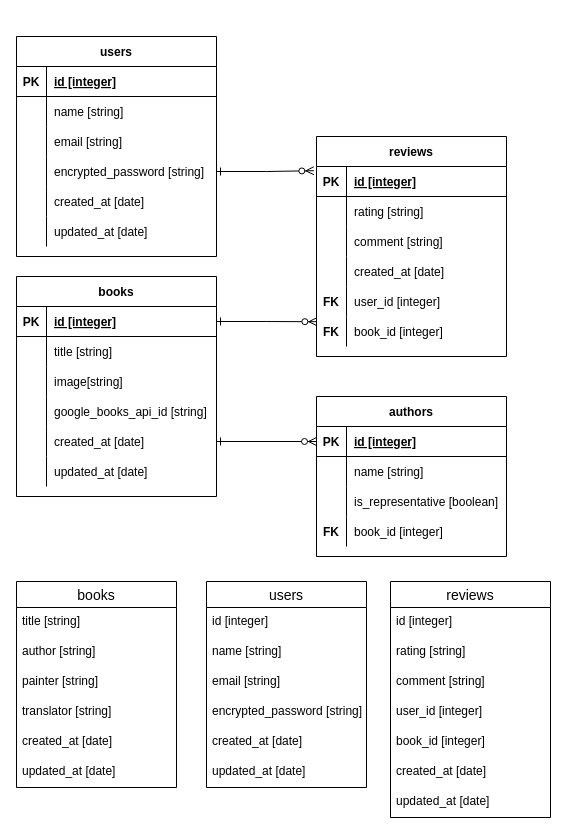
The draw.io diagram ER.dio in pekojoe/yondayo-2, before the edit. Source tidied: cells renumbered, new cells numbered last; positions are measured from the earlier drawing's top-left corner, leaving out a move shared by most shapes. Both pictures are drawn from the tidied source at 100%, with x=0, y=0 at pixel (16, 36).
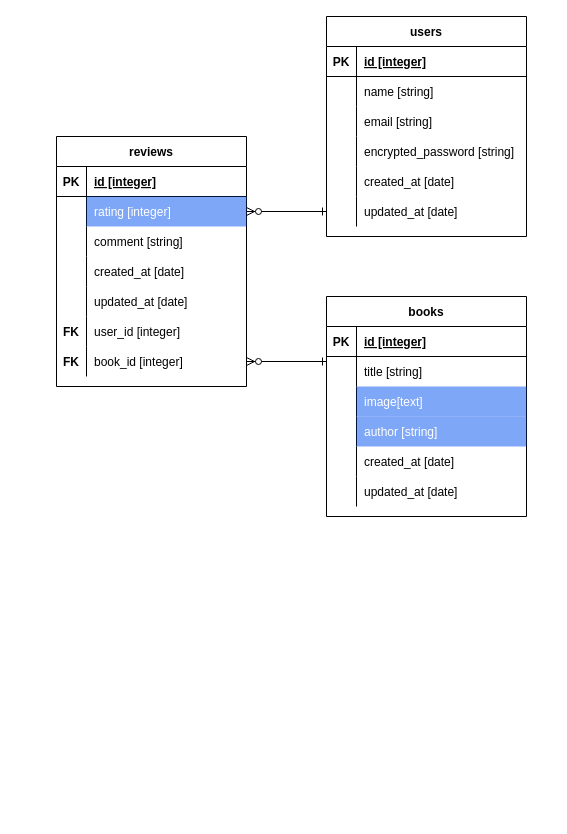
After the change.

Unchanged cells that the change refers to:
```xml
<mxCell id="25" style="shape=partialRectangle;fillColor=none;top=0;left=0;bottom=1;right=0;points=[[0,0.5],[1,0.5]];portConstraint=eastwest;" parent="24" vertex="1">
  <mxGeometry y="30" width="200" height="30" as="geometry" />
</mxCell>
<mxCell id="28" style="shape=partialRectangle;fillColor=none;top=0;left=0;bottom=0;right=0;points=[[0,0.5],[1,0.5]];portConstraint=eastwest;" parent="24" vertex="1">
  <mxGeometry y="60" width="200" height="30" as="geometry" />
</mxCell>
<mxCell id="31" style="shape=partialRectangle;fillColor=none;top=0;left=0;bottom=0;right=0;" parent="24" vertex="1">
  <mxGeometry y="90" width="200" height="30" as="geometry" />
</mxCell>
<mxCell id="34" style="shape=partialRectangle;fillColor=none;top=0;left=0;bottom=0;right=0;" parent="24" vertex="1">
  <mxGeometry y="120" width="200" height="30" as="geometry" />
</mxCell>
<mxCell id="37" style="shape=partialRectangle;fillColor=none;top=0;left=0;bottom=0;right=0;points=[[0,0.5],[1,0.5]];portConstraint=eastwest;" parent="24" vertex="1">
  <mxGeometry y="150" width="200" height="30" as="geometry" />
</mxCell>
<mxCell id="40" style="shape=partialRectangle;fillColor=none;top=0;left=0;bottom=0;right=0;" parent="24" vertex="1">
  <mxGeometry y="180" width="200" height="30" as="geometry" />
</mxCell>
<mxCell id="53" style="shape=partialRectangle;fillColor=none;top=0;left=0;bottom=0;right=0;points=[[0,0.5],[1,0.5]];portConstraint=eastwest;" parent="43" vertex="1">
  <mxGeometry y="120" width="200" height="30" as="geometry" />
</mxCell>
<mxCell id="59" style="shape=partialRectangle;fillColor=none;top=0;left=0;bottom=0;right=0;points=[[0,0.5],[1,0.5]];portConstraint=eastwest;" parent="43" vertex="1">
  <mxGeometry y="180" width="200" height="30" as="geometry" />
</mxCell>
<mxCell id="63" style="shape=partialRectangle;fillColor=none;top=0;left=0;bottom=1;right=0;points=[[0,0.5],[1,0.5]];portConstraint=eastwest;" parent="62" vertex="1">
  <mxGeometry y="30" width="190" height="30" as="geometry" />
</mxCell>
<mxCell id="66" style="shape=partialRectangle;fillColor=none;top=0;left=0;bottom=0;right=0;points=[[0,0.5],[1,0.5]];portConstraint=eastwest;" parent="62" vertex="1">
  <mxGeometry y="60" width="190" height="30" as="geometry" />
</mxCell>
```

The edit, as a diff of the source:
```diff
@@
-    <mxCell id="2" value="users" style="swimlane;fontStyle=0;horizontal=1;startSize=26;align=center;fontSize=14;" parent="1" vertex="1">
-      <mxGeometry x="190" y="545" width="160" height="206" as="geometry" />
-    </mxCell>
-    <mxCell id="3" value="id [integer]" style="text;strokeColor=none;fillColor=none;spacingLeft=4;spacingRight=4;overflow=hidden;fontSize=12;" parent="2" vertex="1">
-      <mxGeometry y="26" width="160" height="30" as="geometry" />
-    </mxCell>
-    <mxCell id="4" value="name [string]" style="text;strokeColor=none;fillColor=none;spacingLeft=4;spacingRight=4;overflow=hidden;fontSize=12;" parent="2" vertex="1">
-      <mxGeometry y="56" width="160" height="30" as="geometry" />
-    </mxCell>
-    <mxCell id="5" value="email [string]" style="text;strokeColor=none;fillColor=none;spacingLeft=4;spacingRight=4;overflow=hidden;fontSize=12;" parent="2" vertex="1">
-      <mxGeometry y="86" width="160" height="30" as="geometry" />
-    </mxCell>
-    <mxCell id="6" value="encrypted_password [string]" style="text;strokeColor=none;fillColor=none;spacingLeft=4;spacingRight=4;overflow=hidden;fontSize=12;" parent="2" vertex="1">
-      <mxGeometry y="116" width="160" height="30" as="geometry" />
-    </mxCell>
-    <mxCell id="7" value="created_at [date]" style="text;strokeColor=none;fillColor=none;spacingLeft=4;spacingRight=4;overflow=hidden;fontSize=12;" parent="2" vertex="1">
-      <mxGeometry y="146" width="160" height="30" as="geometry" />
-    </mxCell>
-    <mxCell id="8" value="updated_at [date]" style="text;strokeColor=none;fillColor=none;spacingLeft=4;spacingRight=4;overflow=hidden;fontSize=12;" parent="2" vertex="1">
-      <mxGeometry y="176" width="160" height="30" as="geometry" />
-    </mxCell>
-    <mxCell id="9" value="reviews" style="swimlane;fontStyle=0;horizontal=1;startSize=26;align=center;fontSize=14;" parent="1" vertex="1">
-      <mxGeometry x="374" y="545" width="160" height="236" as="geometry" />
-    </mxCell>
-    <mxCell id="10" value="id [integer]" style="text;strokeColor=none;fillColor=none;spacingLeft=4;spacingRight=4;overflow=hidden;fontSize=12;" parent="9" vertex="1">
-      <mxGeometry y="26" width="160" height="30" as="geometry" />
-    </mxCell>
-    <mxCell id="11" value="rating [string]" style="text;strokeColor=none;fillColor=none;spacingLeft=4;spacingRight=4;overflow=hidden;fontSize=12;" parent="9" vertex="1">
-      <mxGeometry y="56" width="160" height="30" as="geometry" />
-    </mxCell>
-    <mxCell id="12" value="comment [string]" style="text;strokeColor=none;fillColor=none;spacingLeft=4;spacingRight=4;overflow=hidden;fontSize=12;" parent="9" vertex="1">
-      <mxGeometry y="86" width="160" height="30" as="geometry" />
-    </mxCell>
-    <mxCell id="13" value="user_id [integer]" style="text;strokeColor=none;fillColor=none;spacingLeft=4;spacingRight=4;overflow=hidden;fontSize=12;" parent="9" vertex="1">
-      <mxGeometry y="116" width="160" height="30" as="geometry" />
-    </mxCell>
-    <mxCell id="14" value="book_id [integer]" style="text;strokeColor=none;fillColor=none;spacingLeft=4;spacingRight=4;overflow=hidden;fontSize=12;" parent="9" vertex="1">
-      <mxGeometry y="146" width="160" height="30" as="geometry" />
-    </mxCell>
-    <mxCell id="15" value="created_at [date]" style="text;strokeColor=none;fillColor=none;spacingLeft=4;spacingRight=4;overflow=hidden;fontSize=12;" parent="9" vertex="1">
-      <mxGeometry y="176" width="160" height="30" as="geometry" />
-    </mxCell>
-    <mxCell id="16" value="updated_at [date]" style="text;strokeColor=none;fillColor=none;spacingLeft=4;spacingRight=4;overflow=hidden;fontSize=12;" parent="9" vertex="1">
-      <mxGeometry y="206" width="160" height="30" as="geometry" />
-    </mxCell>
-    <mxCell id="17" value="books" style="swimlane;fontStyle=0;horizontal=1;startSize=26;align=center;fontSize=14;" parent="1" vertex="1">
-      <mxGeometry y="545" width="160" height="206" as="geometry" />
-    </mxCell>
-    <mxCell id="18" value="title [string]" style="text;strokeColor=none;fillColor=none;spacingLeft=4;spacingRight=4;overflow=hidden;fontSize=12;" parent="17" vertex="1">
-      <mxGeometry y="26" width="160" height="30" as="geometry" />
-    </mxCell>
-    <mxCell id="19" value="author [string]" style="text;strokeColor=none;fillColor=none;spacingLeft=4;spacingRight=4;overflow=hidden;fontSize=12;" parent="17" vertex="1">
-      <mxGeometry y="56" width="160" height="30" as="geometry" />
-    </mxCell>
-    <mxCell id="20" value="painter [string]" style="text;strokeColor=none;fillColor=none;spacingLeft=4;spacingRight=4;overflow=hidden;fontSize=12;" parent="17" vertex="1">
-      <mxGeometry y="86" width="160" height="30" as="geometry" />
-    </mxCell>
-    <mxCell id="21" value="translator [string]" style="text;strokeColor=none;fillColor=none;spacingLeft=4;spacingRight=4;overflow=hidden;fontSize=12;" parent="17" vertex="1">
-      <mxGeometry y="116" width="160" height="30" as="geometry" />
-    </mxCell>
-    <mxCell id="22" value="created_at [date]" style="text;strokeColor=none;fillColor=none;spacingLeft=4;spacingRight=4;overflow=hidden;fontSize=12;" parent="17" vertex="1">
-      <mxGeometry y="146" width="160" height="30" as="geometry" />
-    </mxCell>
-    <mxCell id="23" value="updated_at [date]" style="text;strokeColor=none;fillColor=none;spacingLeft=4;spacingRight=4;overflow=hidden;fontSize=12;" parent="17" vertex="1">
-      <mxGeometry y="176" width="160" height="30" as="geometry" />
-    </mxCell>
     <mxCell id="24" value="books" style="shape=table;startSize=30;childLayout=tableLayout;rowLines=0;fontStyle=1;align=center;" parent="1" vertex="1">
-      <mxGeometry y="240" width="200" height="220" as="geometry" />
+      <mxGeometry x="310" y="260" width="200" height="220" as="geometry" />
     </mxCell>
@@
-    <mxCell id="33" value="image[string]" style="shape=partialRectangle;fillColor=none;top=0;left=0;bottom=0;right=0;align=left;spacingLeft=6;overflow=hidden;" parent="31" vertex="1">
+    <mxCell id="33" value="image[text]" style="shape=partialRectangle;fillColor=#0050ef;top=0;left=0;bottom=0;right=0;align=left;spacingLeft=6;overflow=hidden;strokeColor=#001DBC;fontColor=#ffffff;opacity=50;" parent="31" vertex="1">
       <mxGeometry x="30" width="170" height="30" as="geometry" />
     </mxCell>
@@
-    <mxCell id="35" style="shape=partialRectangle;fillColor=none;top=0;left=0;bottom=0;right=0;overflow=hidden;" parent="34" vertex="1">
+    <mxCell id="35" style="shape=partialRectangle;fillColor=none;top=0;left=0;bottom=0;right=0;overflow=hidden;fontStyle=1;" parent="34" vertex="1">
       <mxGeometry width="30" height="30" as="geometry" />
     </mxCell>
-    <mxCell id="36" value="google_books_api_id [string]" style="shape=partialRectangle;fillColor=none;top=0;left=0;bottom=0;right=0;align=left;spacingLeft=6;overflow=hidden;" parent="34" vertex="1">
+    <mxCell id="36" value="author [string]" style="shape=partialRectangle;fillColor=#0050ef;top=0;left=0;bottom=0;right=0;align=left;spacingLeft=6;overflow=hidden;strokeColor=#001DBC;fontColor=#ffffff;opacity=50;" parent="34" vertex="1">
       <mxGeometry x="30" width="170" height="30" as="geometry" />
     </mxCell>
@@
-    <mxCell id="41" style="shape=partialRectangle;fillColor=none;top=0;left=0;bottom=0;right=0;overflow=hidden;" parent="40" vertex="1">
+    <mxCell id="41" style="shape=partialRectangle;fillColor=none;top=0;left=0;bottom=0;right=0;overflow=hidden;fontStyle=1;" parent="40" vertex="1">
       <mxGeometry width="30" height="30" as="geometry" />
     </mxCell>
@@
     <mxCell id="43" value="users" style="shape=table;startSize=30;childLayout=tableLayout;rowLines=0;fontStyle=1;align=center;" parent="1" vertex="1">
-      <mxGeometry width="200" height="220" as="geometry" />
+      <mxGeometry x="310" y="-20" width="200" height="220" as="geometry" />
     </mxCell>
@@
     <mxCell id="62" value="reviews" style="shape=table;startSize=30;childLayout=tableLayout;rowLines=0;fontStyle=1;align=center;" parent="1" vertex="1">
-      <mxGeometry x="300" y="100" width="190" height="220" as="geometry" />
+      <mxGeometry x="40" y="100" width="190" height="250" as="geometry" />
     </mxCell>
@@
-    <mxCell id="68" value="rating [string]" style="shape=partialRectangle;fillColor=none;top=0;left=0;bottom=0;right=0;align=left;spacingLeft=6;overflow=hidden;" parent="66" vertex="1">
+    <mxCell id="68" value="rating [integer]" style="shape=partialRectangle;fillColor=#0050ef;top=0;left=0;bottom=0;right=0;align=left;spacingLeft=6;overflow=hidden;strokeColor=#001DBC;fontColor=#ffffff;opacity=50;" parent="66" vertex="1">
       <mxGeometry x="30" width="160" height="30" as="geometry" />
     </mxCell>
@@
+    <mxCell id="97" style="shape=partialRectangle;fillColor=none;top=0;left=0;bottom=0;right=0;" parent="62" vertex="1">
+      <mxGeometry y="150" width="190" height="30" as="geometry" />
+    </mxCell>
+    <mxCell id="98" style="shape=partialRectangle;fillColor=none;top=0;left=0;bottom=0;right=0;overflow=hidden;" parent="97" vertex="1">
+      <mxGeometry width="30" height="30" as="geometry" />
+    </mxCell>
+    <mxCell id="99" value="updated_at [date]" style="shape=partialRectangle;fillColor=none;top=0;left=0;bottom=0;right=0;align=left;spacingLeft=6;overflow=hidden;" parent="97" vertex="1">
+      <mxGeometry x="30" width="160" height="30" as="geometry" />
+    </mxCell>
     <mxCell id="75" style="shape=partialRectangle;fillColor=none;top=0;left=0;bottom=0;right=0;" parent="62" vertex="1">
-      <mxGeometry y="150" width="190" height="30" as="geometry" />
+      <mxGeometry y="180" width="190" height="30" as="geometry" />
     </mxCell>
@@
     <mxCell id="78" style="shape=partialRectangle;fillColor=none;top=0;left=0;bottom=0;right=0;points=[[0,0.5],[1,0.5]];portConstraint=eastwest;" parent="62" vertex="1">
-      <mxGeometry y="180" width="190" height="30" as="geometry" />
+      <mxGeometry y="210" width="190" height="30" as="geometry" />
     </mxCell>
@@
-    <mxCell id="81" style="edgeStyle=orthogonalEdgeStyle;rounded=0;jettySize=auto;html=1;exitX=1;exitY=0.5;exitDx=0;exitDy=0;entryX=-0.014;entryY=0.141;entryDx=0;entryDy=0;entryPerimeter=0;endArrow=ERzeroToMany;endFill=1;startArrow=ERone;startFill=0;" parent="1" edge="1" source="53" target="63">
-      <mxGeometry relative="1" as="geometry" />
-    </mxCell>
-    <mxCell id="82" style="edgeStyle=orthogonalEdgeStyle;rounded=0;jettySize=auto;html=1;exitX=1;exitY=0.5;exitDx=0;exitDy=0;entryX=0.002;entryY=0.174;entryDx=0;entryDy=0;entryPerimeter=0;startArrow=ERone;startFill=0;endArrow=ERzeroToMany;endFill=1;" parent="1" edge="1" source="25" target="78">
-      <mxGeometry relative="1" as="geometry" />
-    </mxCell>
-    <mxCell id="83" value="authors" style="shape=table;startSize=30;childLayout=tableLayout;rowLines=0;fontStyle=1;align=center;" parent="1" vertex="1">
-      <mxGeometry x="300" y="360" width="190" height="160" as="geometry" />
-    </mxCell>
-    <mxCell id="84" style="shape=partialRectangle;fillColor=none;top=0;left=0;bottom=1;right=0;points=[[0,0.5],[1,0.5]];portConstraint=eastwest;" parent="83" vertex="1">
-      <mxGeometry y="30" width="190" height="30" as="geometry" />
-    </mxCell>
-    <mxCell id="85" value="PK" style="shape=partialRectangle;fillColor=none;top=0;left=0;bottom=0;right=0;fontStyle=1;overflow=hidden;" parent="84" vertex="1">
-      <mxGeometry width="30" height="30" as="geometry" />
-    </mxCell>
-    <mxCell id="86" value="id [integer]" style="shape=partialRectangle;fillColor=none;top=0;left=0;bottom=0;right=0;align=left;spacingLeft=6;fontStyle=5;overflow=hidden;" parent="84" vertex="1">
-      <mxGeometry x="30" width="160" height="30" as="geometry" />
-    </mxCell>
-    <mxCell id="87" style="shape=partialRectangle;fillColor=none;top=0;left=0;bottom=0;right=0;" parent="83" vertex="1">
-      <mxGeometry y="60" width="190" height="30" as="geometry" />
-    </mxCell>
-    <mxCell id="88" style="shape=partialRectangle;fillColor=none;top=0;left=0;bottom=0;right=0;overflow=hidden;" parent="87" vertex="1">
-      <mxGeometry width="30" height="30" as="geometry" />
-    </mxCell>
-    <mxCell id="89" value="name [string]" style="shape=partialRectangle;fillColor=none;top=0;left=0;bottom=0;right=0;align=left;spacingLeft=6;overflow=hidden;" parent="87" vertex="1">
-      <mxGeometry x="30" width="160" height="30" as="geometry" />
-    </mxCell>
-    <mxCell id="90" style="shape=partialRectangle;fillColor=none;top=0;left=0;bottom=0;right=0;" parent="83" vertex="1">
-      <mxGeometry y="90" width="190" height="30" as="geometry" />
-    </mxCell>
-    <mxCell id="91" style="shape=partialRectangle;fillColor=none;top=0;left=0;bottom=0;right=0;overflow=hidden;" parent="90" vertex="1">
-      <mxGeometry width="30" height="30" as="geometry" />
-    </mxCell>
-    <mxCell id="92" value="is_representative [boolean]" style="shape=partialRectangle;fillColor=none;top=0;left=0;bottom=0;right=0;align=left;spacingLeft=6;overflow=hidden;" parent="90" vertex="1">
-      <mxGeometry x="30" width="160" height="30" as="geometry" />
-    </mxCell>
-    <mxCell id="93" style="shape=partialRectangle;fillColor=none;top=0;left=0;bottom=0;right=0;" parent="83" vertex="1">
-      <mxGeometry y="120" width="190" height="30" as="geometry" />
-    </mxCell>
-    <mxCell id="94" value="FK" style="shape=partialRectangle;fillColor=none;top=0;left=0;bottom=0;right=0;overflow=hidden;labelBorderColor=none;fontStyle=1;" parent="93" vertex="1">
-      <mxGeometry width="30" height="30" as="geometry" />
-    </mxCell>
-    <mxCell id="95" value="book_id [integer]" style="shape=partialRectangle;fillColor=none;top=0;left=0;bottom=0;right=0;align=left;spacingLeft=6;overflow=hidden;" parent="93" vertex="1">
-      <mxGeometry x="30" width="160" height="30" as="geometry" />
-    </mxCell>
-    <mxCell id="96" style="edgeStyle=orthogonalEdgeStyle;rounded=0;jettySize=auto;html=1;exitX=1;exitY=0.5;exitDx=0;exitDy=0;entryX=0;entryY=0.5;entryDx=0;entryDy=0;startArrow=ERone;startFill=0;endArrow=ERzeroToMany;endFill=1;" parent="1" edge="1" source="37" target="84">
-      <mxGeometry relative="1" as="geometry" />
-    </mxCell>
+    <mxCell id="100" style="edgeStyle=orthogonalEdgeStyle;rounded=0;jettySize=auto;html=1;entryX=0;entryY=0.5;entryDx=0;entryDy=0;startArrow=ERzeroToMany;startFill=1;endArrow=ERone;endFill=0;" parent="1" edge="1" source="66" target="59">
+      <mxGeometry relative="1" as="geometry" />
+    </mxCell>
+    <mxCell id="101" style="edgeStyle=orthogonalEdgeStyle;rounded=0;jettySize=auto;html=1;exitX=1;exitY=0.5;exitDx=0;exitDy=0;entryX=0;entryY=0.167;entryDx=0;entryDy=0;entryPerimeter=0;startArrow=ERzeroToMany;startFill=1;endArrow=ERone;endFill=0;" parent="1" edge="1" source="78" target="28">
+      <mxGeometry relative="1" as="geometry" />
+    </mxCell>
```
